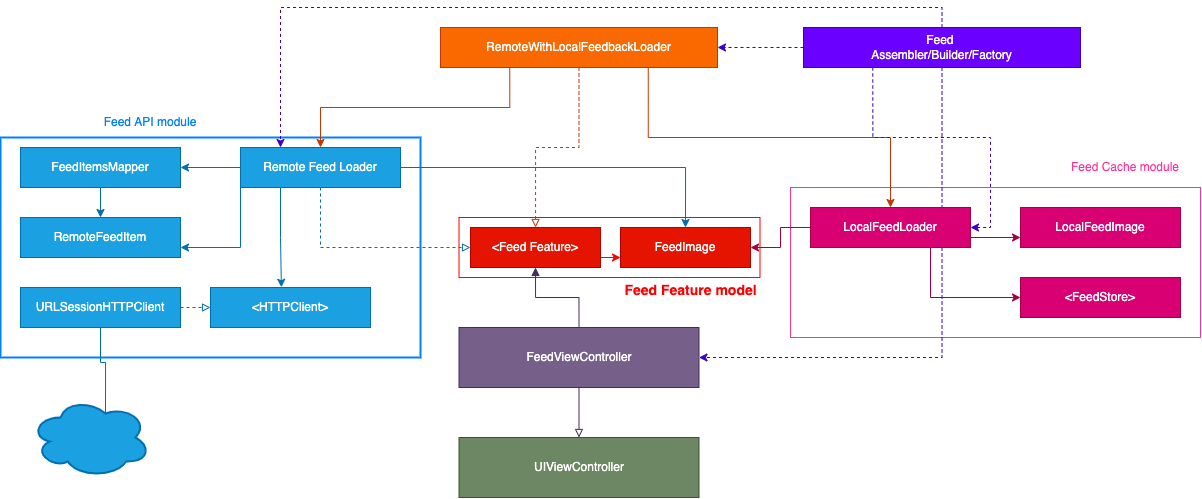
Earlier version of the draw.io export architecture.png (sebspi/essential-feed-case-study). Source tidied: cells renumbered, new cells last; positions are measured from the earlier drawing's top-left corner, leaving out a move shared by most shapes.
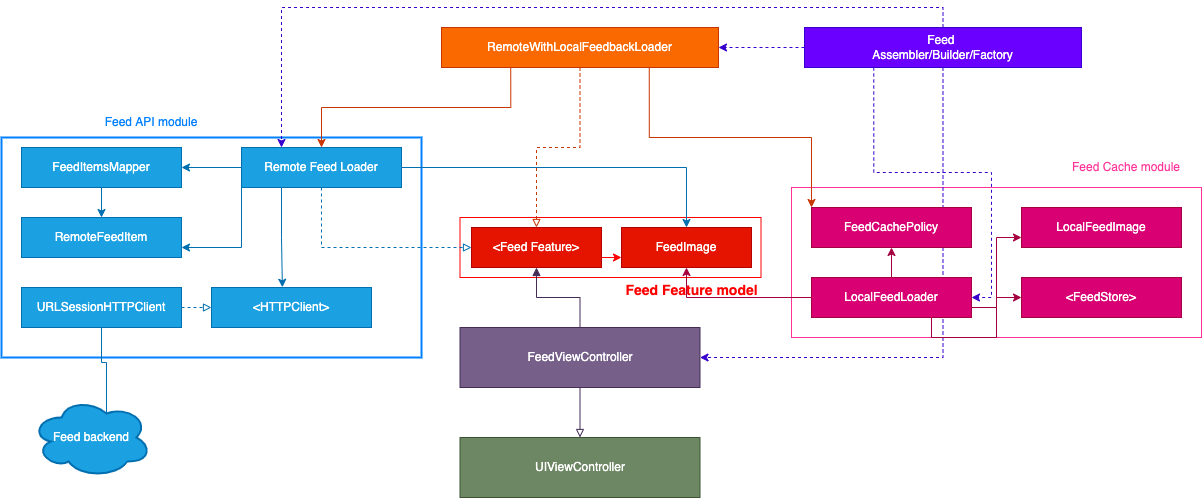
The same diagram one commit later.

Commit message:
Updated architecture diagram

What changed in the source:
```diff
@@ -54,12 +54,12 @@
     <mxCell id="17" style="edgeStyle=orthogonalEdgeStyle;rounded=0;jettySize=auto;html=1;exitX=0.25;exitY=1;exitDx=0;exitDy=0;entryX=0.5;entryY=0;entryDx=0;entryDy=0;fontColor=#FFFFFF;fillColor=#fa6800;strokeColor=#C73500;" parent="1" edge="1" source="20" target="14">
       <mxGeometry relative="1" as="geometry" />
     </mxCell>
-    <mxCell id="18" style="edgeStyle=orthogonalEdgeStyle;rounded=0;jettySize=auto;html=1;exitX=0.75;exitY=1;exitDx=0;exitDy=0;entryX=0.5;entryY=0;entryDx=0;entryDy=0;fontColor=#FFFFFF;fillColor=#fa6800;strokeColor=#C73500;" parent="1" edge="1" source="20" target="37">
-      <mxGeometry relative="1" as="geometry" />
-    </mxCell>
     <mxCell id="19" style="edgeStyle=orthogonalEdgeStyle;rounded=0;jettySize=auto;html=1;exitX=0.5;exitY=1;exitDx=0;exitDy=0;fontColor=#FFFFFF;fillColor=#fa6800;strokeColor=#C73500;dashed=1;endArrow=block;endFill=0;" parent="1" edge="1" source="20" target="16">
       <mxGeometry relative="1" as="geometry" />
     </mxCell>
+    <mxCell id="44" style="edgeStyle=orthogonalEdgeStyle;rounded=0;jettySize=auto;html=1;exitX=0.75;exitY=1;exitDx=0;exitDy=0;entryX=0;entryY=0;entryDx=0;entryDy=0;fillColor=#fa6800;strokeColor=#C73500;" parent="1" edge="1" source="20" target="46">
+      <mxGeometry relative="1" as="geometry" />
+    </mxCell>
     <mxCell id="20" value="RemoteWithLocalFeedbackLoader" style="rounded=0;whiteSpace=wrap;html=1;fillColor=#fa6800;strokeColor=#C73500;fontColor=#FFFFFF;" parent="1" vertex="1">
       <mxGeometry x="440" width="277" height="40" as="geometry" />
     </mxCell>
@@ -90,7 +90,7 @@
     <mxCell id="29" value="&amp;lt;HTTPClient&amp;gt;" style="rounded=0;whiteSpace=wrap;html=1;fillColor=#1ba1e2;strokeColor=#006EAF;fontColor=#ffffff;" parent="1" vertex="1">
       <mxGeometry x="210" y="260" width="160" height="40" as="geometry" />
     </mxCell>
-    <mxCell id="30" style="ellipse;shape=cloud;whiteSpace=wrap;html=1;fontColor=#ffffff;strokeColor=#006EAF;strokeWidth=2;fillColor=#1ba1e2;" parent="1" vertex="1">
+    <mxCell id="30" value="Feed backend" style="ellipse;shape=cloud;whiteSpace=wrap;html=1;fontColor=#ffffff;strokeColor=#006EAF;strokeWidth=2;fillColor=#1ba1e2;" parent="1" vertex="1">
       <mxGeometry x="30" y="370" width="120" height="80" as="geometry" />
     </mxCell>
     <mxCell id="31" style="edgeStyle=orthogonalEdgeStyle;rounded=0;jettySize=auto;html=1;exitX=1;exitY=0.5;exitDx=0;exitDy=0;entryX=0;entryY=0.5;entryDx=0;entryDy=0;fontSize=14;fontColor=#FF0000;strokeColor=#006EAF;fillColor=#1ba1e2;dashed=1;endArrow=block;endFill=0;" parent="1" edge="1" source="33" target="29">
@@ -111,8 +111,11 @@
     <mxCell id="36" style="edgeStyle=orthogonalEdgeStyle;rounded=0;jettySize=auto;html=1;exitX=0;exitY=0.5;exitDx=0;exitDy=0;fontSize=14;fontColor=#FF0000;strokeColor=#A50040;fillColor=#d80073;" parent="1" edge="1" source="37" target="41">
       <mxGeometry relative="1" as="geometry" />
     </mxCell>
+    <mxCell id="45" style="edgeStyle=orthogonalEdgeStyle;rounded=0;jettySize=auto;html=1;exitX=0.5;exitY=0;exitDx=0;exitDy=0;entryX=0.5;entryY=1;entryDx=0;entryDy=0;fillColor=#d80073;strokeColor=#A50040;" parent="1" edge="1" source="37" target="46">
+      <mxGeometry relative="1" as="geometry" />
+    </mxCell>
     <mxCell id="37" value="LocalFeedLoader" style="rounded=0;whiteSpace=wrap;html=1;fillColor=#d80073;strokeColor=#A50040;fontColor=#ffffff;" parent="1" vertex="1">
-      <mxGeometry x="810" y="180" width="160" height="40" as="geometry" />
+      <mxGeometry x="810" y="250" width="160" height="40" as="geometry" />
     </mxCell>
     <mxCell id="38" value="LocalFeedImage" style="rounded=0;whiteSpace=wrap;html=1;fillColor=#d80073;strokeColor=#A50040;fontColor=#ffffff;" parent="1" vertex="1">
       <mxGeometry x="1020" y="180" width="160" height="40" as="geometry" />
@@ -132,5 +135,8 @@
     <mxCell id="43" value="&lt;font color=&quot;#ff3399&quot;&gt;Feed Cache module&lt;/font&gt;" style="text;html=1;strokeColor=none;fillColor=none;align=center;verticalAlign=middle;whiteSpace=wrap;rounded=0;fontColor=#007FFF;" parent="1" vertex="1">
       <mxGeometry x="1060" y="125" width="130" height="30" as="geometry" />
     </mxCell>
+    <mxCell id="46" value="FeedCachePolicy" style="rounded=0;whiteSpace=wrap;html=1;fillColor=#d80073;strokeColor=#A50040;fontColor=#ffffff;" parent="1" vertex="1">
+      <mxGeometry x="810" y="180" width="160" height="40" as="geometry" />
+    </mxCell>
   </root>
 </mxGraphModel>
```
